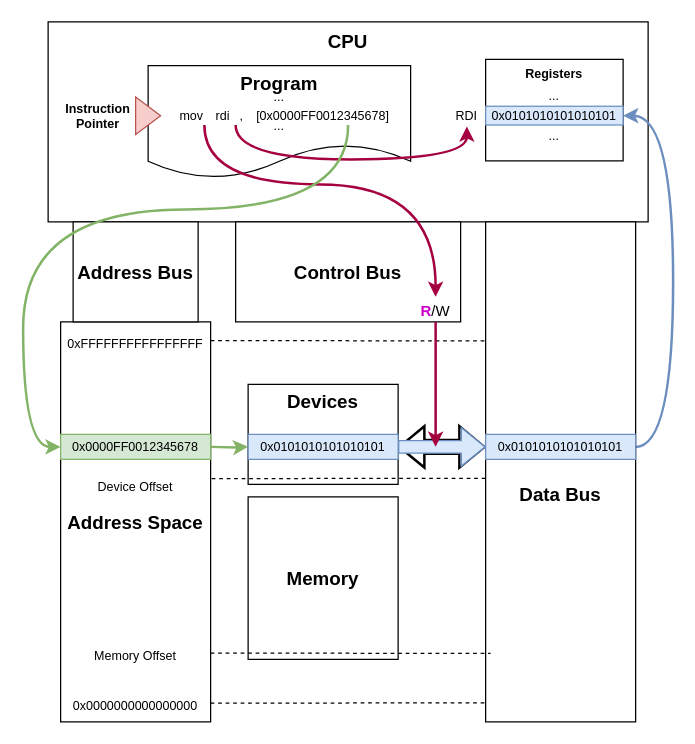
This is page "MMIO" (1 of 2) of mmio_and_pmio.drawio from vmuxIO/diagrams, a draw.io file, before an edit. Source tidied: cells renumbered, new cells numbered last; positions are measured from the earlier drawing's top-left corner, leaving out a move shared by most shapes. Both pictures are drawn from the tidied source at 125%, with x=0, y=0 at pixel (22, 21).
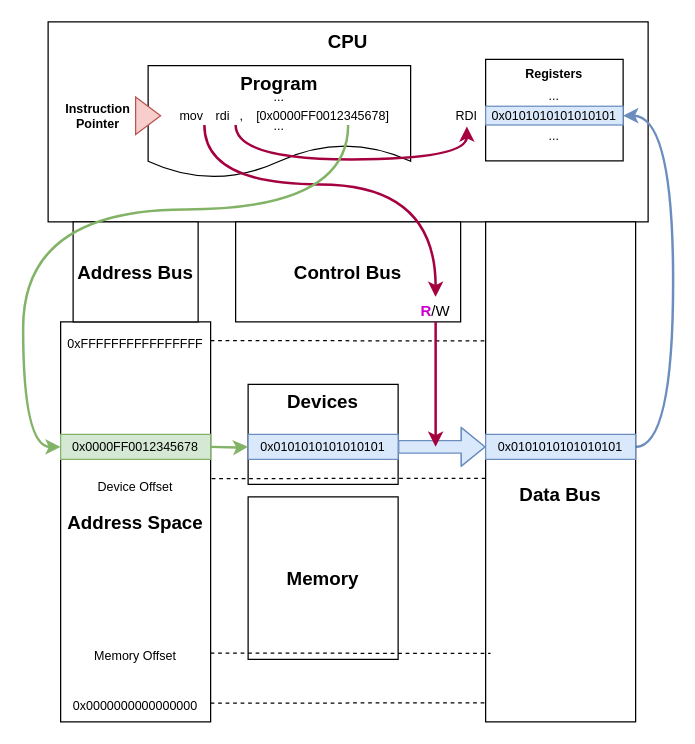
After the change.

Unchanged cells that the change refers to:
```xml
<mxCell id="21" value="&lt;font style=&quot;font-size: 10px;&quot;&gt;0x0101010101010101&lt;/font&gt;" style="rounded=0;whiteSpace=wrap;html=1;fontSize=12;fillColor=#dae8fc;strokeColor=#6c8ebf;" parent="1" vertex="1">
  <mxGeometry x="180" y="330" width="120" height="20" as="geometry" />
</mxCell>
```

What changed in the source:
```diff
@@
-    <mxCell id="18" style="shape=flexArrow;endArrow=classic;startArrow=classic;html=1;rounded=0;fontSize=15;exitX=1;exitY=0.5;exitDx=0;exitDy=0;strokeWidth=2;" parent="1" edge="1" source="21">
-      <mxGeometry relative="1" as="geometry">
-        <mxPoint x="370" y="340" as="targetPoint" />
-      </mxGeometry>
-    </mxCell>
```
